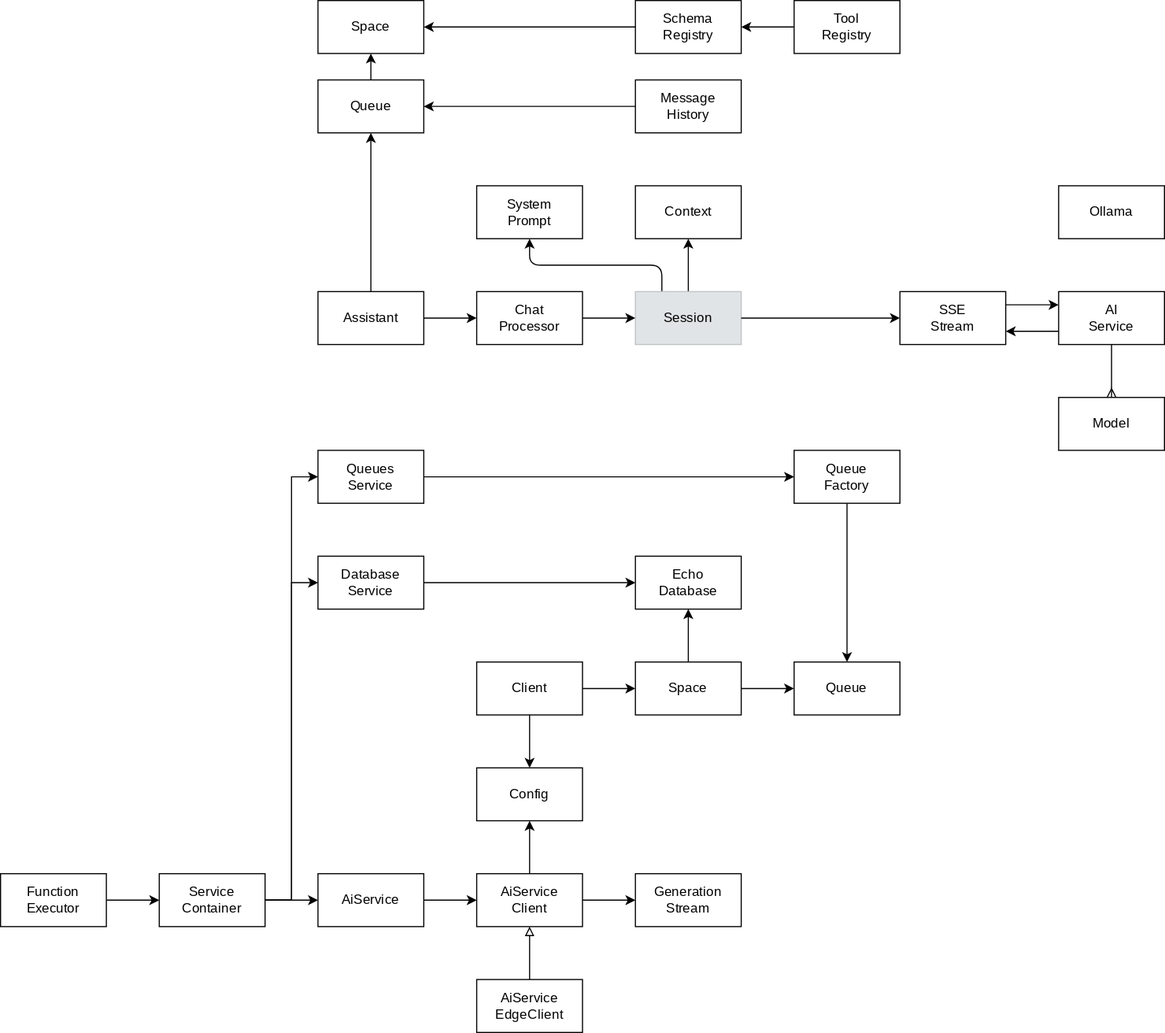
Earlier version of the draw.io export packages/core/assistant/docs/assistant.drawio.svg (dxos/dxos). Source tidied: cells renumbered, new cells last; positions are measured from the earlier drawing's top-left corner, leaving out a move shared by most shapes.
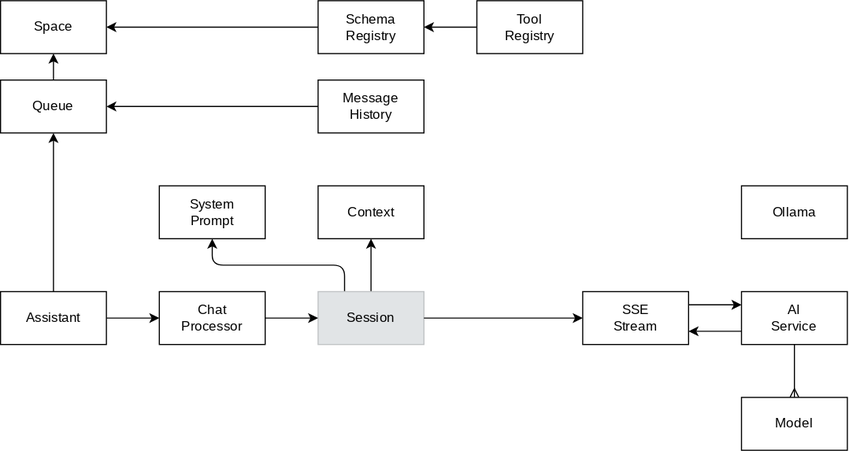
Later version of the same file.

Change to the diagram source:
```diff
@@ -88,103 +88,5 @@
     <mxCell id="28" value="Ollama" style="rounded=0;whiteSpace=wrap;html=1;fontFamily=Space Grotesk;fontSource=https%3A%2F%2Ffonts.googleapis.com%2Fcss%3Ffamily%3DSpace%2BGrotesk;" parent="1" vertex="1">
       <mxGeometry x="960" y="168" width="96" height="48" as="geometry" />
     </mxCell>
-    <mxCell id="29" style="edgeStyle=none;html=1;exitX=1;exitY=0.5;exitDx=0;exitDy=0;" parent="1" edge="1" source="31" target="34">
-      <mxGeometry relative="1" as="geometry" />
-    </mxCell>
-    <mxCell id="30" style="edgeStyle=none;html=1;exitX=0.5;exitY=1;exitDx=0;exitDy=0;" parent="1" edge="1" source="31" target="37">
-      <mxGeometry relative="1" as="geometry" />
-    </mxCell>
-    <mxCell id="31" value="Client" style="rounded=0;whiteSpace=wrap;html=1;fontFamily=Space Grotesk;fontSource=https%3A%2F%2Ffonts.googleapis.com%2Fcss%3Ffamily%3DSpace%2BGrotesk;" parent="1" vertex="1">
-      <mxGeometry x="432" y="600" width="96" height="48" as="geometry" />
-    </mxCell>
-    <mxCell id="32" style="edgeStyle=none;html=1;exitX=1;exitY=0.5;exitDx=0;exitDy=0;" parent="1" edge="1" source="34" target="35">
-      <mxGeometry relative="1" as="geometry" />
-    </mxCell>
-    <mxCell id="33" style="edgeStyle=none;html=1;exitX=0.5;exitY=0;exitDx=0;exitDy=0;" parent="1" edge="1" source="34" target="51">
-      <mxGeometry relative="1" as="geometry" />
-    </mxCell>
-    <mxCell id="34" value="Space" style="rounded=0;whiteSpace=wrap;html=1;fontFamily=Space Grotesk;fontSource=https%3A%2F%2Ffonts.googleapis.com%2Fcss%3Ffamily%3DSpace%2BGrotesk;" parent="1" vertex="1">
-      <mxGeometry x="576" y="600" width="96" height="48" as="geometry" />
-    </mxCell>
-    <mxCell id="35" value="Queue" style="rounded=0;whiteSpace=wrap;html=1;fontFamily=Space Grotesk;fontSource=https%3A%2F%2Ffonts.googleapis.com%2Fcss%3Ffamily%3DSpace%2BGrotesk;" parent="1" vertex="1">
-      <mxGeometry x="720" y="600" width="96" height="48" as="geometry" />
-    </mxCell>
-    <mxCell id="36" style="edgeStyle=none;html=1;" parent="1" edge="1" source="39" target="37">
-      <mxGeometry relative="1" as="geometry" />
-    </mxCell>
-    <mxCell id="37" value="Config" style="rounded=0;whiteSpace=wrap;html=1;fontFamily=Space Grotesk;fontSource=https%3A%2F%2Ffonts.googleapis.com%2Fcss%3Ffamily%3DSpace%2BGrotesk;" parent="1" vertex="1">
-      <mxGeometry x="432" y="696" width="96" height="48" as="geometry" />
-    </mxCell>
-    <mxCell id="38" style="edgeStyle=none;html=1;exitX=1;exitY=0.5;exitDx=0;exitDy=0;" parent="1" edge="1" source="39" target="40">
-      <mxGeometry relative="1" as="geometry" />
-    </mxCell>
-    <mxCell id="39" value="AiService&lt;br&gt;Client" style="rounded=0;whiteSpace=wrap;html=1;fontFamily=Space Grotesk;fontSource=https%3A%2F%2Ffonts.googleapis.com%2Fcss%3Ffamily%3DSpace%2BGrotesk;" parent="1" vertex="1">
-      <mxGeometry x="432" y="792" width="96" height="48" as="geometry" />
-    </mxCell>
-    <mxCell id="40" value="Generation&lt;br&gt;Stream" style="rounded=0;whiteSpace=wrap;html=1;fontFamily=Space Grotesk;fontSource=https%3A%2F%2Ffonts.googleapis.com%2Fcss%3Ffamily%3DSpace%2BGrotesk;" parent="1" vertex="1">
-      <mxGeometry x="576" y="792" width="96" height="48" as="geometry" />
-    </mxCell>
-    <mxCell id="41" style="edgeStyle=none;html=1;exitX=0.5;exitY=0;exitDx=0;exitDy=0;endArrow=block;endFill=0;" parent="1" edge="1" source="42" target="39">
-      <mxGeometry relative="1" as="geometry" />
-    </mxCell>
-    <mxCell id="42" value="AiService&lt;br&gt;EdgeClient" style="rounded=0;whiteSpace=wrap;html=1;fontFamily=Space Grotesk;fontSource=https%3A%2F%2Ffonts.googleapis.com%2Fcss%3Ffamily%3DSpace%2BGrotesk;" parent="1" vertex="1">
-      <mxGeometry x="432" y="888" width="96" height="48" as="geometry" />
-    </mxCell>
-    <mxCell id="43" style="edgeStyle=none;html=1;exitX=1;exitY=0.5;exitDx=0;exitDy=0;" parent="1" edge="1" source="44" target="46">
-      <mxGeometry relative="1" as="geometry" />
-    </mxCell>
-    <mxCell id="44" value="Function&lt;div&gt;Executor&lt;/div&gt;" style="rounded=0;whiteSpace=wrap;html=1;fontFamily=Space Grotesk;fontSource=https%3A%2F%2Ffonts.googleapis.com%2Fcss%3Ffamily%3DSpace%2BGrotesk;" parent="1" vertex="1">
-      <mxGeometry y="792" width="96" height="48" as="geometry" />
-    </mxCell>
-    <mxCell id="45" style="edgeStyle=none;html=1;exitX=1;exitY=0.5;exitDx=0;exitDy=0;" parent="1" edge="1" source="46" target="48">
-      <mxGeometry relative="1" as="geometry" />
-    </mxCell>
-    <mxCell id="46" value="Service&lt;div&gt;Container&lt;/div&gt;" style="rounded=0;whiteSpace=wrap;html=1;fontFamily=Space Grotesk;fontSource=https%3A%2F%2Ffonts.googleapis.com%2Fcss%3Ffamily%3DSpace%2BGrotesk;" parent="1" vertex="1">
-      <mxGeometry x="144" y="792" width="96" height="48" as="geometry" />
-    </mxCell>
-    <mxCell id="47" style="edgeStyle=none;html=1;exitX=1;exitY=0.5;exitDx=0;exitDy=0;" parent="1" edge="1" source="48" target="39">
-      <mxGeometry relative="1" as="geometry" />
-    </mxCell>
-    <mxCell id="48" value="AiService" style="rounded=0;whiteSpace=wrap;html=1;fontFamily=Space Grotesk;fontSource=https%3A%2F%2Ffonts.googleapis.com%2Fcss%3Ffamily%3DSpace%2BGrotesk;" parent="1" vertex="1">
-      <mxGeometry x="288" y="792" width="96" height="48" as="geometry" />
-    </mxCell>
-    <mxCell id="49" style="edgeStyle=none;html=1;exitX=1;exitY=0.5;exitDx=0;exitDy=0;" parent="1" edge="1" source="50" target="51">
-      <mxGeometry relative="1" as="geometry" />
-    </mxCell>
-    <mxCell id="50" value="Database&lt;br&gt;Service" style="rounded=0;whiteSpace=wrap;html=1;fontFamily=Space Grotesk;fontSource=https%3A%2F%2Ffonts.googleapis.com%2Fcss%3Ffamily%3DSpace%2BGrotesk;" parent="1" vertex="1">
-      <mxGeometry x="288" y="504" width="96" height="48" as="geometry" />
-    </mxCell>
-    <mxCell id="51" value="Echo&lt;div&gt;Database&lt;/div&gt;" style="rounded=0;whiteSpace=wrap;html=1;fontFamily=Space Grotesk;fontSource=https%3A%2F%2Ffonts.googleapis.com%2Fcss%3Ffamily%3DSpace%2BGrotesk;" parent="1" vertex="1">
-      <mxGeometry x="576" y="504" width="96" height="48" as="geometry" />
-    </mxCell>
-    <mxCell id="52" style="edgeStyle=none;html=1;entryX=0;entryY=0.5;entryDx=0;entryDy=0;exitX=1;exitY=0.5;exitDx=0;exitDy=0;rounded=0;curved=0;" parent="1" edge="1" source="46" target="50">
-      <mxGeometry relative="1" as="geometry">
-        <Array as="points">
-          <mxPoint x="264" y="816" />
-          <mxPoint x="264" y="528" />
-        </Array>
-      </mxGeometry>
-    </mxCell>
-    <mxCell id="53" style="edgeStyle=none;html=1;exitX=1;exitY=0.5;exitDx=0;exitDy=0;" parent="1" edge="1" source="54" target="57">
-      <mxGeometry relative="1" as="geometry" />
-    </mxCell>
-    <mxCell id="54" value="Queues&lt;br&gt;Service" style="rounded=0;whiteSpace=wrap;html=1;fontFamily=Space Grotesk;fontSource=https%3A%2F%2Ffonts.googleapis.com%2Fcss%3Ffamily%3DSpace%2BGrotesk;" parent="1" vertex="1">
-      <mxGeometry x="288" y="408" width="96" height="48" as="geometry" />
-    </mxCell>
-    <mxCell id="55" style="edgeStyle=none;html=1;entryX=0;entryY=0.5;entryDx=0;entryDy=0;exitX=1;exitY=0.5;exitDx=0;exitDy=0;rounded=0;curved=0;" parent="1" edge="1" target="54">
-      <mxGeometry relative="1" as="geometry">
-        <mxPoint x="240" y="816" as="sourcePoint" />
-        <Array as="points">
-          <mxPoint x="264" y="816" />
-          <mxPoint x="264" y="432" />
-        </Array>
-      </mxGeometry>
-    </mxCell>
-    <mxCell id="56" style="edgeStyle=none;html=1;exitX=0.5;exitY=1;exitDx=0;exitDy=0;" parent="1" edge="1" source="57" target="35">
-      <mxGeometry relative="1" as="geometry" />
-    </mxCell>
-    <mxCell id="57" value="Queue&lt;div&gt;Factory&lt;/div&gt;" style="rounded=0;whiteSpace=wrap;html=1;fontFamily=Space Grotesk;fontSource=https%3A%2F%2Ffonts.googleapis.com%2Fcss%3Ffamily%3DSpace%2BGrotesk;" parent="1" vertex="1">
-      <mxGeometry x="720" y="408" width="96" height="48" as="geometry" />
-    </mxCell>
   </root>
 </mxGraphModel>
```
